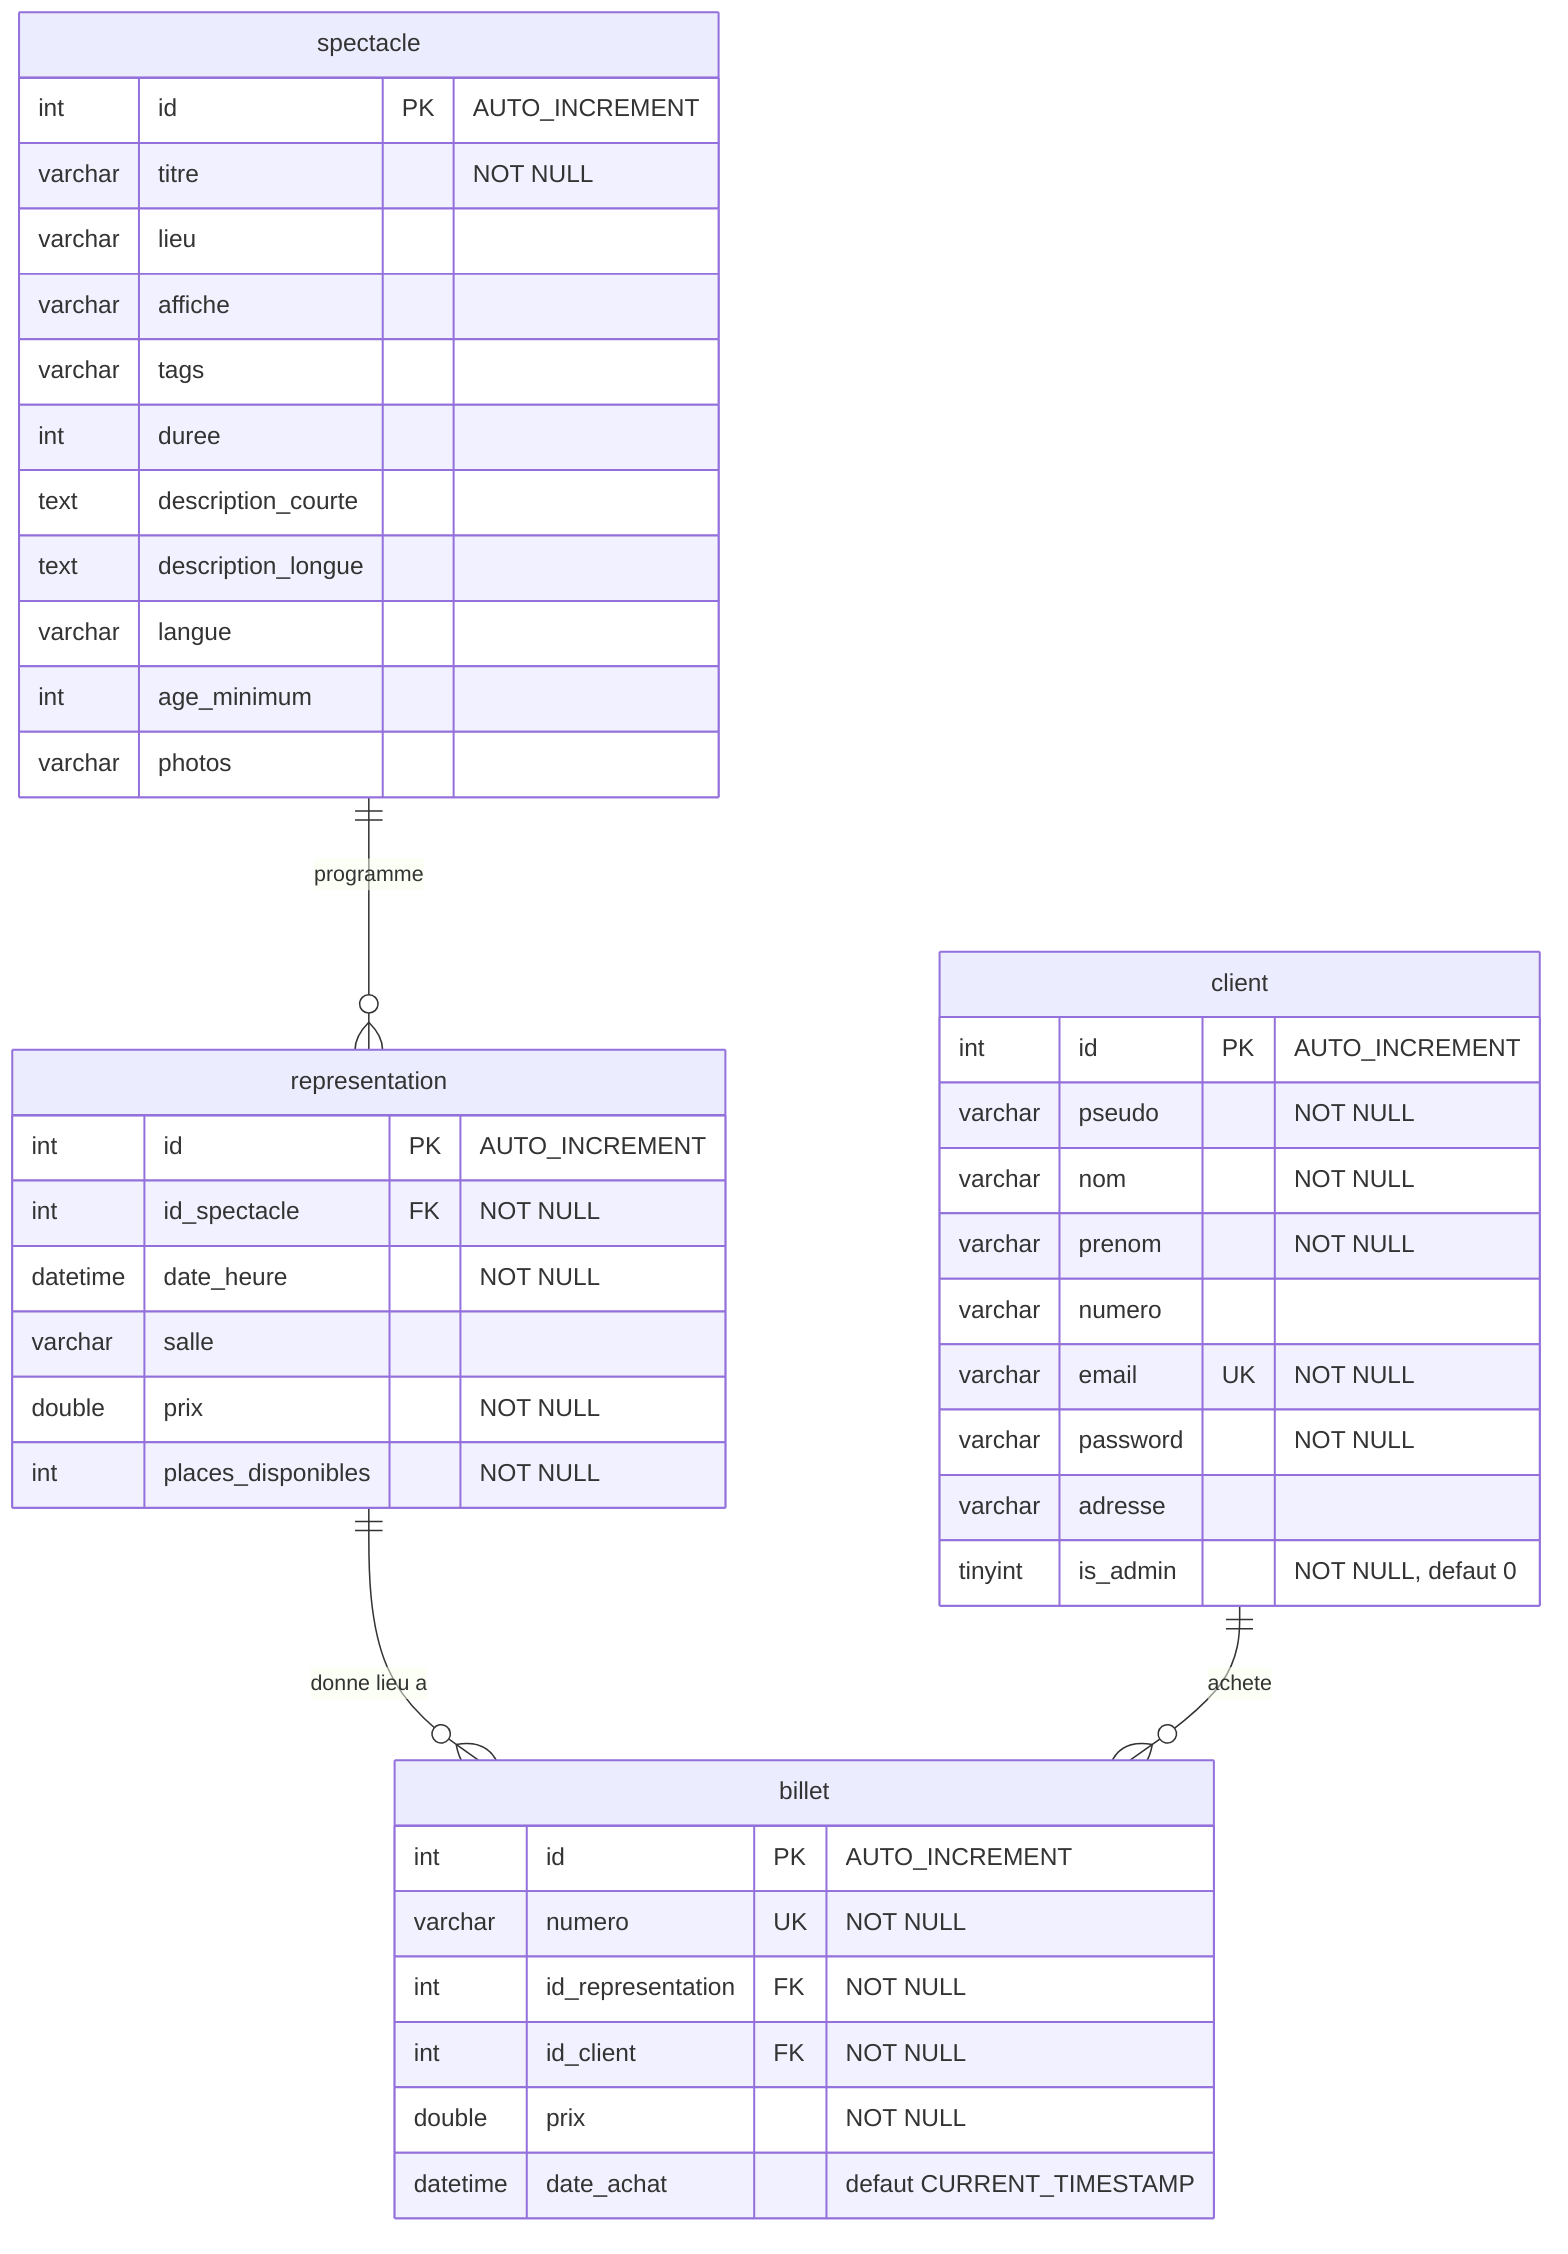
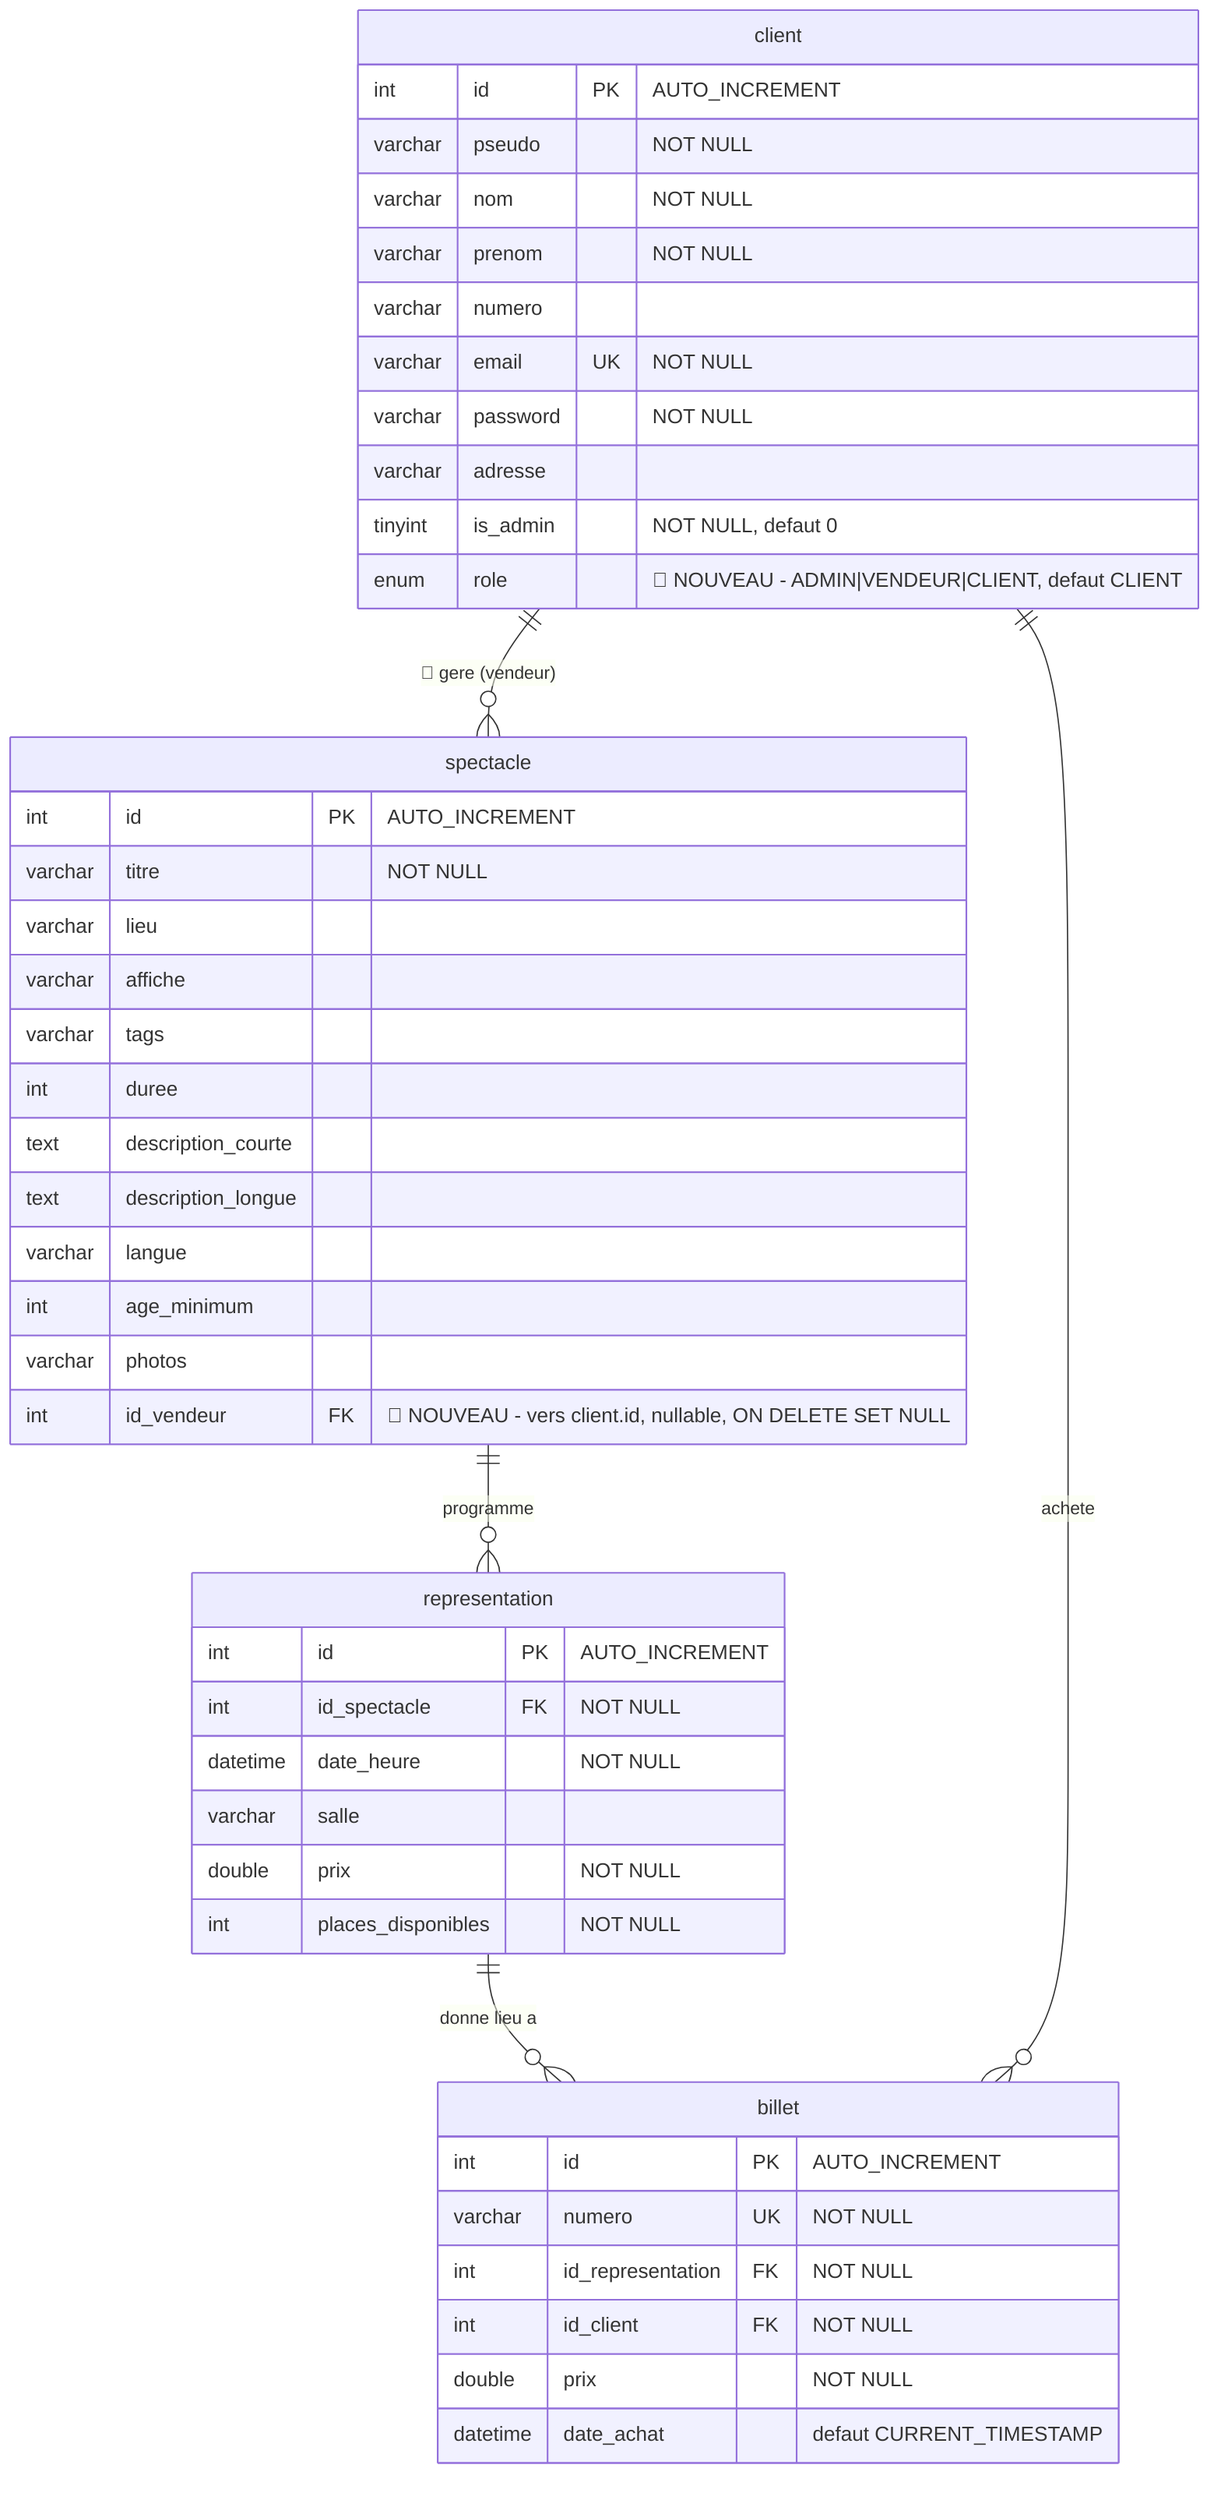
%% Modèle entité-association de la base "billetterie" (Mermaid)
%% Rendu : GitHub (natif), mermaid.live, VS Code (extension Mermaid)
%% Source de vérité : sql/billetterie_template.sql
erDiagram
    client {
        int id PK "AUTO_INCREMENT"
        varchar pseudo "NOT NULL"
        varchar nom "NOT NULL"
        varchar prenom "NOT NULL"
        varchar numero
        varchar email UK "NOT NULL"
        varchar password "NOT NULL"
        varchar adresse
        tinyint is_admin "NOT NULL, defaut 0"
+         enum role "🔴 NOUVEAU - ADMIN|VENDEUR|CLIENT, defaut CLIENT"
    }
    spectacle {
        int id PK "AUTO_INCREMENT"
        varchar titre "NOT NULL"
        varchar lieu
        varchar affiche
        varchar tags
        int duree
        text description_courte
        text description_longue
        varchar langue
        int age_minimum
        varchar photos
+         int id_vendeur FK "🔴 NOUVEAU - vers client.id, nullable, ON DELETE SET NULL"
    }
    representation {
        int id PK "AUTO_INCREMENT"
        int id_spectacle FK "NOT NULL"
        datetime date_heure "NOT NULL"
        varchar salle
        double prix "NOT NULL"
        int places_disponibles "NOT NULL"
    }
    billet {
        int id PK "AUTO_INCREMENT"
        varchar numero UK "NOT NULL"
        int id_representation FK "NOT NULL"
        int id_client FK "NOT NULL"
        double prix "NOT NULL"
        datetime date_achat "defaut CURRENT_TIMESTAMP"
    }

    spectacle ||--o{ representation : "programme"
    representation ||--o{ billet : "donne lieu a"
    client ||--o{ billet : "achete"
+     client ||--o{ spectacle : "🔴 gere (vendeur)"
